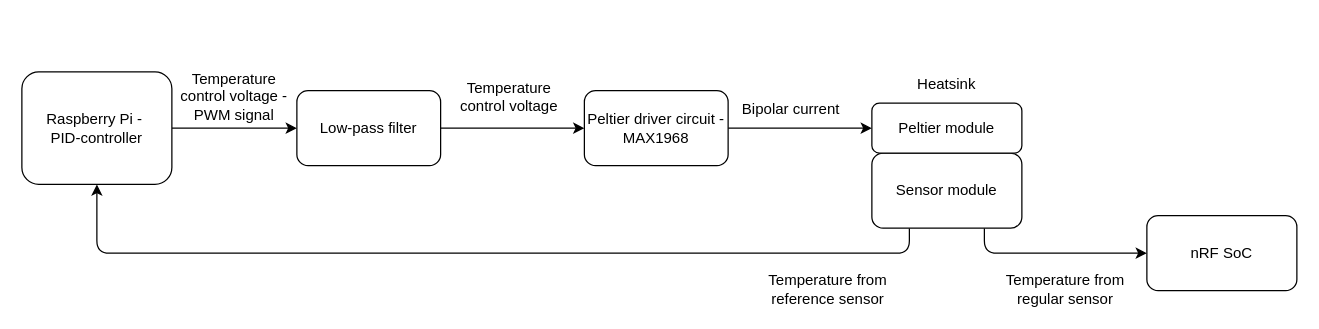
Before: Energy_harvester_iot/Diagrams/Temperature_jig.drawio in danielcarton/Masters, a draw.io diagram. Source tidied: cells renumbered, new cells numbered last; positions are measured from the earlier drawing's top-left corner, leaving out a move shared by most shapes. Both pictures are drawn from the tidied source at 125%, with x=0, y=0 at pixel (21, 65).
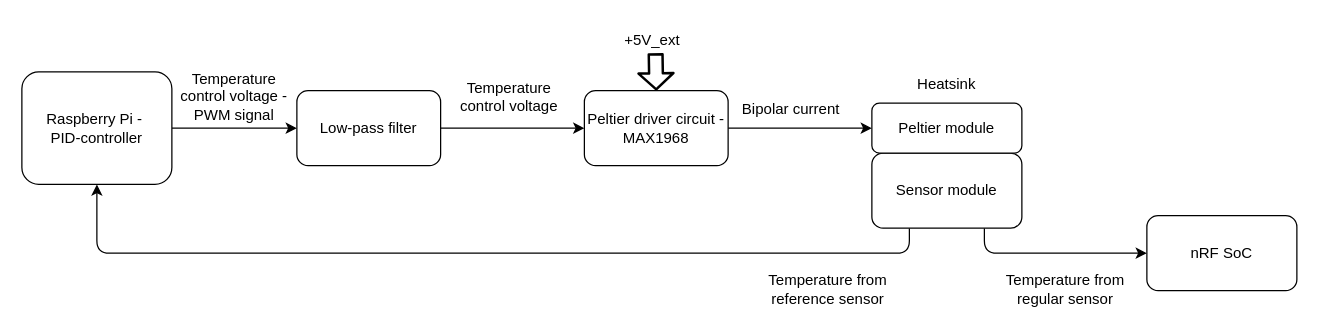
After the change.

Unchanged cells that the change refers to:
```xml
<mxCell id="14" value="Peltier driver circuit - MAX1968" style="rounded=1;whiteSpace=wrap;html=1;" parent="1" vertex="1">
  <mxGeometry x="450" y="20" width="115" height="60" as="geometry" />
</mxCell>
```

Change to the diagram source:
```diff
@@
+    <mxCell id="19" style="shape=flexArrow;endArrow=classic;html=1;entryX=0.5;entryY=0;entryDx=0;entryDy=0;endWidth=14.942528735632186;endSize=3.6229885057471267;strokeWidth=2;" parent="1" edge="1" target="14">
+      <mxGeometry relative="1" as="geometry">
+        <mxPoint x="507" y="-10" as="sourcePoint" />
+      </mxGeometry>
+    </mxCell>
+    <mxCell id="20" value="+5V_ext" style="text;html=1;align=center;verticalAlign=middle;strokeColor=none;fillColor=none;" parent="1" vertex="1">
+      <mxGeometry x="469" y="-35" width="70" height="30" as="geometry" />
+    </mxCell>
```
